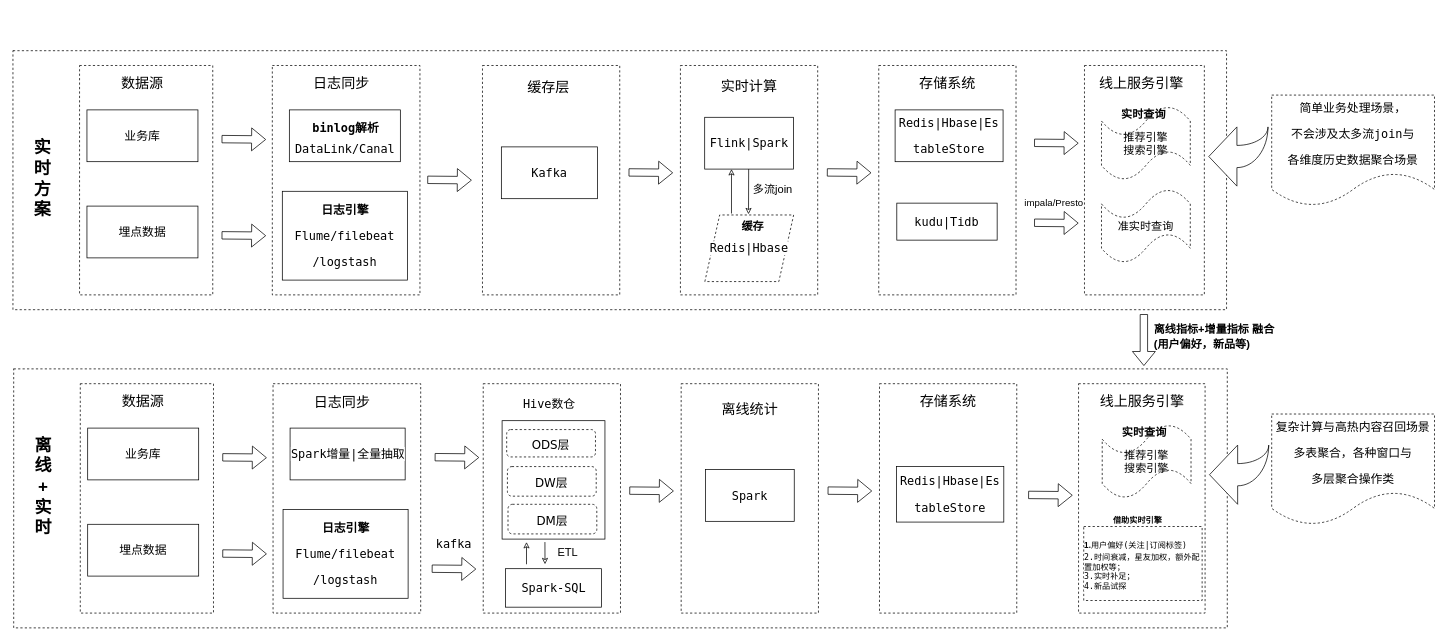
Before: Untitled Diagram.drawio in yanshenliang/yanshenliang.github.io, a draw.io diagram. Source tidied: cells renumbered, new cells numbered last; positions are measured from the earlier drawing's top-left corner, leaving out a move shared by most shapes. Both pictures are drawn from the tidied source at 74%, with x=0, y=0 at pixel (13, 50).
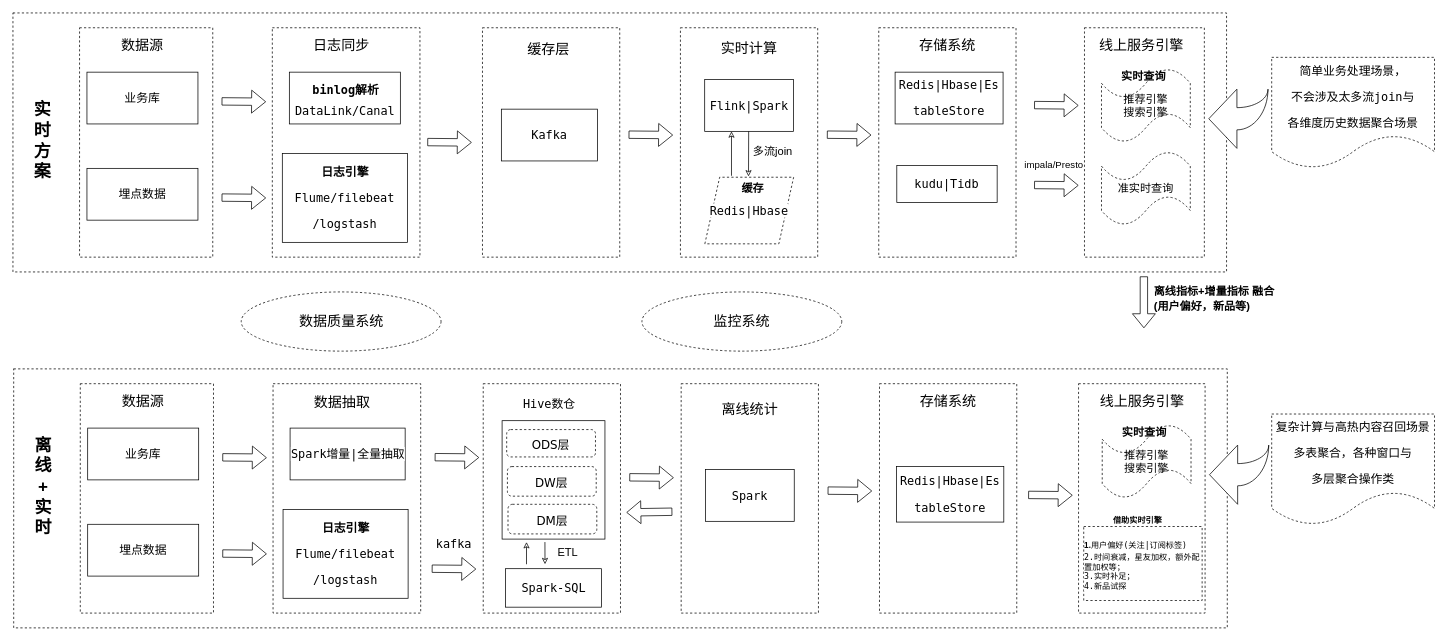
The same diagram, later.

The edit, as a diff of the source:
```diff
@@
     <mxCell id="3" style="rounded=0;whiteSpace=wrap;html=1;shadow=0;dashed=1;sketch=0;fontSize=13;" parent="1" vertex="1">
-      <mxGeometry width="1640" height="350" as="geometry" />
+      <mxGeometry y="-51" width="1640" height="350" as="geometry" />
     </mxCell>
     <mxCell id="4" style="rounded=0;whiteSpace=wrap;html=1;dashed=1;" parent="1" vertex="1">
-      <mxGeometry x="1448" y="20" width="162" height="310" as="geometry" />
+      <mxGeometry x="1448" y="-31" width="162" height="310" as="geometry" />
     </mxCell>
     <mxCell id="5" style="rounded=0;whiteSpace=wrap;html=1;dashed=1;" parent="1" vertex="1">
-      <mxGeometry x="902" y="20" width="185.5" height="310" as="geometry" />
+      <mxGeometry x="902" y="-31" width="185.5" height="310" as="geometry" />
     </mxCell>
     <mxCell id="6" style="rounded=0;whiteSpace=wrap;html=1;dashed=1;" parent="1" vertex="1">
-      <mxGeometry x="634.5" y="20" width="185.5" height="310" as="geometry" />
+      <mxGeometry x="634.5" y="-31" width="185.5" height="310" as="geometry" />
     </mxCell>
     <mxCell id="7" style="rounded=0;whiteSpace=wrap;html=1;dashed=1;" parent="1" vertex="1">
-      <mxGeometry x="350.5" y="20" width="199.5" height="310" as="geometry" />
+      <mxGeometry x="350.5" y="-31" width="199.5" height="310" as="geometry" />
     </mxCell>
     <mxCell id="8" style="rounded=0;whiteSpace=wrap;html=1;dashed=1;" parent="1" vertex="1">
-      <mxGeometry x="90" y="20" width="180" height="310" as="geometry" />
+      <mxGeometry x="90" y="-31" width="180" height="310" as="geometry" />
     </mxCell>
     <mxCell id="9" value="&lt;pre style=&quot;background-color: rgb(255 , 255 , 255) ; font-family: &amp;#34;menlo&amp;#34; ; font-size: 12pt&quot;&gt;&lt;br&gt;&lt;/pre&gt;&lt;pre style=&quot;background-color: rgb(255 , 255 , 255) ; font-family: &amp;#34;menlo&amp;#34; ; font-size: 12pt&quot;&gt;DataLink/Canal&lt;/pre&gt;" style="rounded=0;whiteSpace=wrap;html=1;" parent="1" vertex="1">
-      <mxGeometry x="373.5" y="80" width="150" height="70" as="geometry" />
+      <mxGeometry x="373.5" y="29" width="150" height="70" as="geometry" />
     </mxCell>
     <mxCell id="10" value="&lt;pre style=&quot;background-color: rgb(255 , 255 , 255) ; font-family: &amp;#34;menlo&amp;#34; ; font-size: 12pt&quot;&gt;Kafka&lt;/pre&gt;" style="rounded=0;whiteSpace=wrap;html=1;" parent="1" vertex="1">
-      <mxGeometry x="660" y="130" width="130" height="70" as="geometry" />
+      <mxGeometry x="660" y="79" width="130" height="70" as="geometry" />
     </mxCell>
     <mxCell id="11" value="&lt;pre style=&quot;background-color: rgb(255 , 255 , 255) ; font-family: &amp;#34;menlo&amp;#34; ; font-size: 12pt&quot;&gt;Flink|Spark&lt;/pre&gt;" style="rounded=0;whiteSpace=wrap;html=1;" parent="1" vertex="1">
-      <mxGeometry x="934.8" y="90" width="120" height="70" as="geometry" />
+      <mxGeometry x="934.8" y="39" width="120" height="70" as="geometry" />
     </mxCell>
     <mxCell id="12" style="shape=flexArrow;endArrow=classic;html=1;rounded=0;" parent="1" edge="1">
       <mxGeometry relative="1" as="geometry">
-        <mxPoint x="282" y="119.5" as="sourcePoint" />
-        <mxPoint x="342" y="120" as="targetPoint" />
+        <mxPoint x="282" y="68.5" as="sourcePoint" />
+        <mxPoint x="342" y="69" as="targetPoint" />
       </mxGeometry>
     </mxCell>
     <mxCell id="13" value="&lt;pre style=&quot;background-color: rgb(255 , 255 , 255) ; font-family: &amp;#34;menlo&amp;#34; ; font-size: 12pt&quot;&gt;业务库&lt;/pre&gt;" style="rounded=0;whiteSpace=wrap;html=1;" parent="1" vertex="1">
-      <mxGeometry x="100" y="80" width="150" height="70" as="geometry" />
+      <mxGeometry x="100" y="29" width="150" height="70" as="geometry" />
     </mxCell>
     <mxCell id="14" value="&lt;pre style=&quot;background-color: rgb(255 , 255 , 255) ; font-family: &amp;#34;menlo&amp;#34; ; font-size: 12pt&quot;&gt;埋点数据&lt;/pre&gt;" style="rounded=0;whiteSpace=wrap;html=1;" parent="1" vertex="1">
-      <mxGeometry x="100" y="210" width="150" height="70" as="geometry" />
+      <mxGeometry x="100" y="159" width="150" height="70" as="geometry" />
     </mxCell>
     <mxCell id="15" value="&lt;pre style=&quot;background-color: rgb(255 , 255 , 255) ; font-family: &amp;#34;menlo&amp;#34; ; font-size: 12pt&quot;&gt;&lt;br&gt;&lt;/pre&gt;&lt;pre style=&quot;background-color: rgb(255 , 255 , 255) ; font-family: &amp;#34;menlo&amp;#34; ; font-size: 12pt&quot;&gt;Flume/filebeat&lt;/pre&gt;&lt;pre style=&quot;background-color: rgb(255 , 255 , 255) ; font-family: &amp;#34;menlo&amp;#34; ; font-size: 12pt&quot;&gt;/logstash&lt;/pre&gt;" style="rounded=0;whiteSpace=wrap;html=1;" parent="1" vertex="1">
-      <mxGeometry x="364" y="190" width="169" height="120" as="geometry" />
+      <mxGeometry x="364" y="139" width="169" height="120" as="geometry" />
     </mxCell>
     <mxCell id="16" style="shape=flexArrow;endArrow=classic;html=1;rounded=0;" parent="1" edge="1">
       <mxGeometry relative="1" as="geometry">
-        <mxPoint x="282" y="249.5" as="sourcePoint" />
-        <mxPoint x="342" y="250" as="targetPoint" />
+        <mxPoint x="282" y="198.5" as="sourcePoint" />
+        <mxPoint x="342" y="199" as="targetPoint" />
       </mxGeometry>
     </mxCell>
     <mxCell id="17" value="&lt;font style=&quot;font-size: 19px&quot;&gt;数据源&lt;/font&gt;" style="text;html=1;strokeColor=none;fillColor=none;align=center;verticalAlign=middle;whiteSpace=wrap;rounded=0;dashed=1;" parent="1" vertex="1">
-      <mxGeometry x="95" y="30" width="160" height="30" as="geometry" />
+      <mxGeometry x="95" y="-21" width="160" height="30" as="geometry" />
     </mxCell>
     <mxCell id="18" value="&lt;span style=&quot;font-size: 19px&quot;&gt;日志同步&lt;/span&gt;" style="text;html=1;strokeColor=none;fillColor=none;align=center;verticalAlign=middle;whiteSpace=wrap;rounded=0;dashed=1;" parent="1" vertex="1">
-      <mxGeometry x="363.5" y="30" width="160" height="30" as="geometry" />
+      <mxGeometry x="363.5" y="-21" width="160" height="30" as="geometry" />
     </mxCell>
     <mxCell id="19" style="shape=flexArrow;endArrow=classic;html=1;rounded=0;" parent="1" edge="1">
       <mxGeometry relative="1" as="geometry">
-        <mxPoint x="560" y="174.5" as="sourcePoint" />
-        <mxPoint x="620" y="175" as="targetPoint" />
+        <mxPoint x="560" y="123.5" as="sourcePoint" />
+        <mxPoint x="620" y="124" as="targetPoint" />
       </mxGeometry>
     </mxCell>
     <mxCell id="20" value="&lt;span style=&quot;font-size: 19px&quot;&gt;缓存层&lt;/span&gt;" style="text;html=1;strokeColor=none;fillColor=none;align=center;verticalAlign=middle;whiteSpace=wrap;rounded=0;dashed=1;" parent="1" vertex="1">
-      <mxGeometry x="644" y="35" width="160" height="30" as="geometry" />
+      <mxGeometry x="644" y="-16" width="160" height="30" as="geometry" />
     </mxCell>
     <mxCell id="21" style="shape=flexArrow;endArrow=classic;html=1;rounded=0;" parent="1" edge="1">
       <mxGeometry relative="1" as="geometry">
-        <mxPoint x="832" y="164.5" as="sourcePoint" />
-        <mxPoint x="892" y="165" as="targetPoint" />
+        <mxPoint x="832" y="113.5" as="sourcePoint" />
+        <mxPoint x="892" y="114" as="targetPoint" />
       </mxGeometry>
     </mxCell>
     <mxCell id="22" value="&lt;pre style=&quot;background-color: rgb(255 , 255 , 255) ; font-family: &amp;#34;menlo&amp;#34; ; font-size: 12pt&quot;&gt;Redis|Hbase&lt;/pre&gt;" style="shape=parallelogram;perimeter=parallelogramPerimeter;whiteSpace=wrap;html=1;fixedSize=1;dashed=1;fontSize=19;" parent="1" vertex="1">
-      <mxGeometry x="935" y="222" width="120" height="90" as="geometry" />
+      <mxGeometry x="935" y="171" width="120" height="90" as="geometry" />
     </mxCell>
     <mxCell id="23" value="&lt;span style=&quot;font-size: 19px&quot;&gt;实时计算&lt;/span&gt;" style="text;html=1;strokeColor=none;fillColor=none;align=center;verticalAlign=middle;whiteSpace=wrap;rounded=0;dashed=1;" parent="1" vertex="1">
-      <mxGeometry x="915" y="34" width="160" height="30" as="geometry" />
+      <mxGeometry x="915" y="-17" width="160" height="30" as="geometry" />
     </mxCell>
     <mxCell id="24" value="&lt;font size=&quot;1&quot;&gt;&lt;b style=&quot;font-size: 15px&quot;&gt;缓存&lt;/b&gt;&lt;/font&gt;" style="text;html=1;strokeColor=none;fillColor=none;align=center;verticalAlign=middle;whiteSpace=wrap;rounded=0;dashed=1;fontSize=19;" parent="1" vertex="1">
-      <mxGeometry x="970" y="222" width="60" height="30" as="geometry" />
+      <mxGeometry x="970" y="171" width="60" height="30" as="geometry" />
     </mxCell>
     <mxCell id="25" value="&lt;pre style=&quot;background-color: rgb(255 , 255 , 255) ; font-family: &amp;#34;menlo&amp;#34; ; font-size: 12pt&quot;&gt;&lt;b&gt;binlog解析&lt;/b&gt;&lt;/pre&gt;" style="text;html=1;strokeColor=none;fillColor=none;align=center;verticalAlign=middle;whiteSpace=wrap;rounded=0;dashed=1;fontSize=19;" parent="1" vertex="1">
-      <mxGeometry x="405.2" y="89" width="90" height="30" as="geometry" />
+      <mxGeometry x="405.2" y="38" width="90" height="30" as="geometry" />
     </mxCell>
     <mxCell id="26" value="&lt;pre style=&quot;background-color: rgb(255 , 255 , 255) ; font-family: &amp;#34;menlo&amp;#34; ; font-size: 12pt&quot;&gt;&lt;pre style=&quot;font-family: &amp;#34;menlo&amp;#34; ; font-size: 12pt&quot;&gt;&lt;b&gt;日志引擎&lt;/b&gt;&lt;/pre&gt;&lt;/pre&gt;" style="text;html=1;strokeColor=none;fillColor=none;align=center;verticalAlign=middle;whiteSpace=wrap;rounded=0;dashed=1;fontSize=19;" parent="1" vertex="1">
-      <mxGeometry x="403.5" y="200" width="90" height="30" as="geometry" />
+      <mxGeometry x="403.5" y="149" width="90" height="30" as="geometry" />
     </mxCell>
     <mxCell id="27" style="endArrow=classic;html=1;rounded=0;fontSize=15;endFill=0;" parent="1" edge="1">
       <mxGeometry relative="1" as="geometry">
-        <mxPoint x="971" y="220" as="sourcePoint" />
-        <mxPoint x="971" y="160" as="targetPoint" />
+        <mxPoint x="971" y="169" as="sourcePoint" />
+        <mxPoint x="971" y="109" as="targetPoint" />
       </mxGeometry>
     </mxCell>
     <mxCell id="28" style="endArrow=classic;html=1;rounded=0;fontSize=15;endFill=0;entryX=0.4;entryY=-0.033;entryDx=0;entryDy=0;entryPerimeter=0;" parent="1" edge="1" target="24">
       <mxGeometry relative="1" as="geometry">
-        <mxPoint x="994.2" y="160" as="sourcePoint" />
+        <mxPoint x="994.2" y="109" as="sourcePoint" />
       </mxGeometry>
     </mxCell>
     <mxCell id="29" value="&lt;font size=&quot;1&quot;&gt;&lt;span style=&quot;font-size: 15px&quot;&gt;多流join&lt;/span&gt;&lt;/font&gt;" style="text;html=1;strokeColor=none;fillColor=none;align=center;verticalAlign=middle;whiteSpace=wrap;rounded=0;dashed=1;fontSize=19;" parent="1" vertex="1">
-      <mxGeometry x="997" y="172" width="60" height="30" as="geometry" />
+      <mxGeometry x="997" y="121" width="60" height="30" as="geometry" />
     </mxCell>
     <mxCell id="30" style="rounded=0;whiteSpace=wrap;html=1;dashed=1;" parent="1" vertex="1">
-      <mxGeometry x="1170" y="20" width="185.5" height="310" as="geometry" />
+      <mxGeometry x="1170" y="-31" width="185.5" height="310" as="geometry" />
     </mxCell>
     <mxCell id="31" value="&lt;pre style=&quot;background-color: rgb(255 , 255 , 255) ; font-family: &amp;#34;menlo&amp;#34; ; font-size: 12pt&quot;&gt;&lt;pre style=&quot;font-family: &amp;#34;menlo&amp;#34; ; font-size: 12pt&quot;&gt;Redis|Hbase|Es&lt;/pre&gt;&lt;pre style=&quot;font-family: &amp;#34;menlo&amp;#34; ; font-size: 12pt&quot;&gt;tableStore&lt;/pre&gt;&lt;/pre&gt;" style="rounded=0;whiteSpace=wrap;html=1;" parent="1" vertex="1">
-      <mxGeometry x="1192.1" y="80" width="145.9" height="70" as="geometry" />
+      <mxGeometry x="1192.1" y="29" width="145.9" height="70" as="geometry" />
     </mxCell>
     <mxCell id="32" style="shape=flexArrow;endArrow=classic;html=1;rounded=0;" parent="1" edge="1">
       <mxGeometry relative="1" as="geometry">
-        <mxPoint x="1100" y="164.5" as="sourcePoint" />
-        <mxPoint x="1160" y="165" as="targetPoint" />
+        <mxPoint x="1100" y="113.5" as="sourcePoint" />
+        <mxPoint x="1160" y="114" as="targetPoint" />
       </mxGeometry>
     </mxCell>
     <mxCell id="33" value="&lt;span style=&quot;font-size: 19px&quot;&gt;存储系统&lt;/span&gt;" style="text;html=1;strokeColor=none;fillColor=none;align=center;verticalAlign=middle;whiteSpace=wrap;rounded=0;dashed=1;" parent="1" vertex="1">
-      <mxGeometry x="1183" y="30" width="160" height="30" as="geometry" />
+      <mxGeometry x="1183" y="-21" width="160" height="30" as="geometry" />
     </mxCell>
     <mxCell id="34" value="&lt;pre style=&quot;background-color: rgb(255 , 255 , 255) ; font-family: &amp;#34;menlo&amp;#34; ; font-size: 12pt&quot;&gt;&lt;pre style=&quot;font-family: &amp;#34;menlo&amp;#34; ; font-size: 12pt&quot;&gt;kudu|Tidb&lt;/pre&gt;&lt;/pre&gt;" style="rounded=0;whiteSpace=wrap;html=1;" parent="1" vertex="1">
-      <mxGeometry x="1194.4" y="206" width="135.6" height="50" as="geometry" />
+      <mxGeometry x="1194.4" y="155" width="135.6" height="50" as="geometry" />
     </mxCell>
     <mxCell id="35" style="shape=flexArrow;endArrow=classic;html=1;rounded=0;" parent="1" edge="1">
       <mxGeometry relative="1" as="geometry">
-        <mxPoint x="1380" y="124.5" as="sourcePoint" />
-        <mxPoint x="1440" y="125" as="targetPoint" />
+        <mxPoint x="1380" y="73.5" as="sourcePoint" />
+        <mxPoint x="1440" y="74" as="targetPoint" />
       </mxGeometry>
     </mxCell>
     <mxCell id="36" value="推荐引擎&lt;br&gt;搜索引擎" style="shape=tape;whiteSpace=wrap;html=1;rounded=1;dashed=1;fontSize=15;" parent="1" vertex="1">
-      <mxGeometry x="1471" y="75" width="120" height="100" as="geometry" />
+      <mxGeometry x="1471" y="24" width="120" height="100" as="geometry" />
     </mxCell>
     <mxCell id="37" style="shape=flexArrow;endArrow=classic;html=1;rounded=0;" parent="1" edge="1">
       <mxGeometry relative="1" as="geometry">
-        <mxPoint x="1380" y="232.5" as="sourcePoint" />
-        <mxPoint x="1440" y="233" as="targetPoint" />
+        <mxPoint x="1380" y="181.5" as="sourcePoint" />
+        <mxPoint x="1440" y="182" as="targetPoint" />
       </mxGeometry>
     </mxCell>
     <mxCell id="38" value="准实时查询" style="shape=tape;whiteSpace=wrap;html=1;rounded=1;dashed=1;fontSize=15;" parent="1" vertex="1">
-      <mxGeometry x="1471" y="187" width="120" height="100" as="geometry" />
+      <mxGeometry x="1471" y="136" width="120" height="100" as="geometry" />
     </mxCell>
     <mxCell id="39" value="&lt;font size=&quot;1&quot;&gt;&lt;b style=&quot;font-size: 15px&quot;&gt;实时查询&lt;/b&gt;&lt;/font&gt;" style="text;html=1;strokeColor=none;fillColor=none;align=center;verticalAlign=middle;whiteSpace=wrap;rounded=0;dashed=1;fontSize=19;" parent="1" vertex="1">
-      <mxGeometry x="1493" y="70" width="70" height="30" as="geometry" />
+      <mxGeometry x="1493" y="19" width="70" height="30" as="geometry" />
     </mxCell>
     <mxCell id="40" value="&lt;font size=&quot;1&quot;&gt;&lt;span style=&quot;font-size: 13px&quot;&gt;impala/Presto&lt;/span&gt;&lt;/font&gt;" style="text;html=1;strokeColor=none;fillColor=none;align=center;verticalAlign=middle;whiteSpace=wrap;rounded=0;dashed=1;fontSize=19;" parent="1" vertex="1">
-      <mxGeometry x="1372" y="189" width="70" height="30" as="geometry" />
+      <mxGeometry x="1372" y="138" width="70" height="30" as="geometry" />
     </mxCell>
     <mxCell id="41" value="&lt;span style=&quot;font-size: 19px&quot;&gt;线上服务引擎&lt;/span&gt;" style="text;html=1;strokeColor=none;fillColor=none;align=center;verticalAlign=middle;whiteSpace=wrap;rounded=0;dashed=1;" parent="1" vertex="1">
-      <mxGeometry x="1445" y="30" width="160" height="30" as="geometry" />
+      <mxGeometry x="1445" y="-21" width="160" height="30" as="geometry" />
     </mxCell>
     <mxCell id="42" value="&lt;pre style=&quot;background-color: rgb(255 , 255 , 255) ; font-family: &amp;#34;menlo&amp;#34; ; font-size: 12pt&quot;&gt;简单业务处理场景，&lt;/pre&gt;&lt;pre style=&quot;background-color: rgb(255 , 255 , 255) ; font-family: &amp;#34;menlo&amp;#34; ; font-size: 12pt&quot;&gt;不会涉及太多流join与&lt;/pre&gt;&lt;pre style=&quot;background-color: rgb(255 , 255 , 255) ; font-family: &amp;#34;menlo&amp;#34; ; font-size: 12pt&quot;&gt;各维度历史数据聚合场景&lt;/pre&gt;" style="shape=document;whiteSpace=wrap;html=1;boundedLbl=1;rounded=1;dashed=1;fontSize=13;" parent="1" vertex="1">
-      <mxGeometry x="1701" y="60" width="220" height="150" as="geometry" />
+      <mxGeometry x="1701" y="9" width="220" height="150" as="geometry" />
     </mxCell>
     <mxCell id="43" style="html=1;shadow=0;dashed=0;align=center;verticalAlign=middle;shape=mxgraph.arrows2.jumpInArrow;dy=15;dx=38;arrowHead=80;rounded=1;fontSize=13;rotation=-180;sketch=0;" parent="1" vertex="1">
-      <mxGeometry x="1616" y="103" width="80" height="80" as="geometry" />
+      <mxGeometry x="1616" y="52" width="80" height="80" as="geometry" />
     </mxCell>
     <mxCell id="44" value="&lt;font style=&quot;font-size: 23px&quot;&gt;&lt;b&gt;实&lt;br&gt;时&lt;br&gt;方&lt;br&gt;案&lt;/b&gt;&lt;/font&gt;" style="text;html=1;strokeColor=none;fillColor=none;align=center;verticalAlign=middle;whiteSpace=wrap;rounded=0;shadow=0;dashed=1;sketch=0;fontSize=13;" parent="1" vertex="1">
-      <mxGeometry x="20" y="83" width="40" height="180" as="geometry" />
+      <mxGeometry x="20" y="32" width="40" height="180" as="geometry" />
     </mxCell>
@@
-    <mxCell id="60" value="&lt;span style=&quot;font-size: 19px&quot;&gt;日志同步&lt;/span&gt;" style="text;html=1;strokeColor=none;fillColor=none;align=center;verticalAlign=middle;whiteSpace=wrap;rounded=0;dashed=1;" parent="1" vertex="1">
+    <mxCell id="60" value="&lt;span style=&quot;font-size: 19px&quot;&gt;数据抽取&lt;/span&gt;" style="text;html=1;strokeColor=none;fillColor=none;align=center;verticalAlign=middle;whiteSpace=wrap;rounded=0;dashed=1;" parent="1" vertex="1">
       <mxGeometry x="364.5" y="461" width="160" height="30" as="geometry" />
     </mxCell>
@@
     <mxCell id="63" style="shape=flexArrow;endArrow=classic;html=1;rounded=0;" parent="1" edge="1">
       <mxGeometry relative="1" as="geometry">
-        <mxPoint x="833" y="594.5" as="sourcePoint" />
-        <mxPoint x="893" y="595" as="targetPoint" />
+        <mxPoint x="833" y="576.5" as="sourcePoint" />
+        <mxPoint x="893" y="577" as="targetPoint" />
       </mxGeometry>
     </mxCell>
@@
     <mxCell id="85" style="shape=flexArrow;endArrow=classic;html=1;rounded=0;fontFamily=Verdana;fontSize=16;" parent="1" edge="1">
       <mxGeometry relative="1" as="geometry">
-        <mxPoint x="1528.3" y="356" as="sourcePoint" />
-        <mxPoint x="1528.3" y="426" as="targetPoint" />
+        <mxPoint x="1528.3" y="305" as="sourcePoint" />
+        <mxPoint x="1528.3" y="375" as="targetPoint" />
       </mxGeometry>
     </mxCell>
@@
     <mxCell id="89" value="&lt;div style=&quot;text-align: left&quot;&gt;&lt;b style=&quot;font-size: 15px&quot;&gt;离线指标+增量指标 融合&lt;/b&gt;&lt;/div&gt;&lt;font size=&quot;1&quot;&gt;&lt;div style=&quot;text-align: left&quot;&gt;&lt;b style=&quot;font-size: 15px&quot;&gt;(用户偏好，新品等)&lt;/b&gt;&lt;/div&gt;&lt;/font&gt;" style="text;html=1;strokeColor=none;fillColor=none;align=center;verticalAlign=middle;whiteSpace=wrap;rounded=0;dashed=1;fontSize=19;" parent="1" vertex="1">
-      <mxGeometry x="1537" y="370" width="173" height="30" as="geometry" />
+      <mxGeometry x="1537" y="319" width="173" height="30" as="geometry" />
     </mxCell>
+    <mxCell id="90" style="shape=flexArrow;endArrow=classic;html=1;rounded=0;" parent="1" edge="1">
+      <mxGeometry relative="1" as="geometry">
+        <mxPoint x="891" y="623" as="sourcePoint" />
+        <mxPoint x="829" y="624" as="targetPoint" />
+      </mxGeometry>
+    </mxCell>
+    <mxCell id="91" value="&lt;font style=&quot;font-size: 19px&quot;&gt;监控系统&lt;/font&gt;" style="ellipse;whiteSpace=wrap;html=1;rounded=1;shadow=0;dashed=1;sketch=0;fontFamily=Verdana;fontSize=11;strokeColor=default;" parent="1" vertex="1">
+      <mxGeometry x="850" y="326" width="270" height="80" as="geometry" />
+    </mxCell>
+    <mxCell id="92" value="&lt;font style=&quot;font-size: 19px&quot;&gt;数据质量系统&lt;/font&gt;" style="ellipse;whiteSpace=wrap;html=1;rounded=1;shadow=0;dashed=1;sketch=0;fontFamily=Verdana;fontSize=11;strokeColor=default;" parent="1" vertex="1">
+      <mxGeometry x="308.5" y="326" width="270" height="80" as="geometry" />
+    </mxCell>
```
